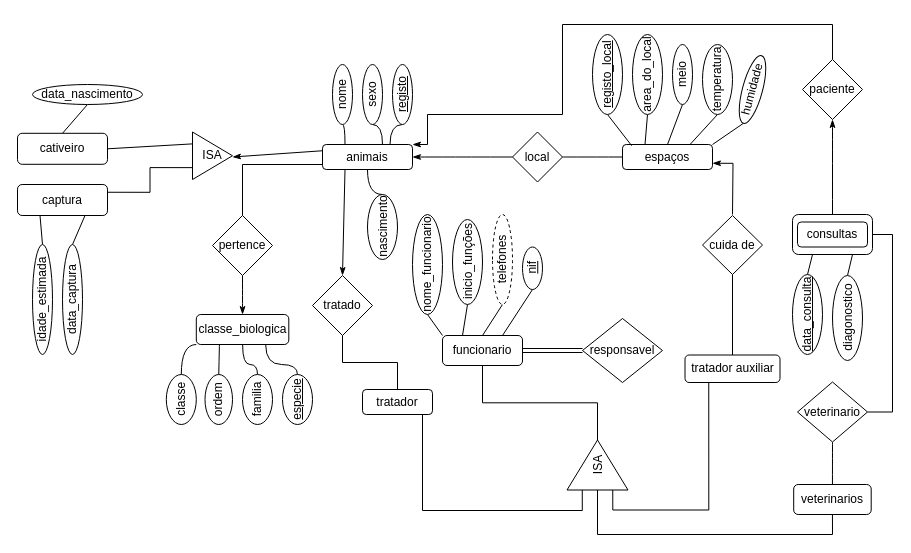
Above: DiagramaE-R.drawio in GBarradas/BD_Work_2 (draw.io), before the change. Source tidied: cells renumbered, new cells numbered last; positions are measured from the earlier drawing's top-left corner, leaving out a move shared by most shapes. Both pictures are drawn from the tidied source at 100%, with x=0, y=0 at pixel (17, 24).
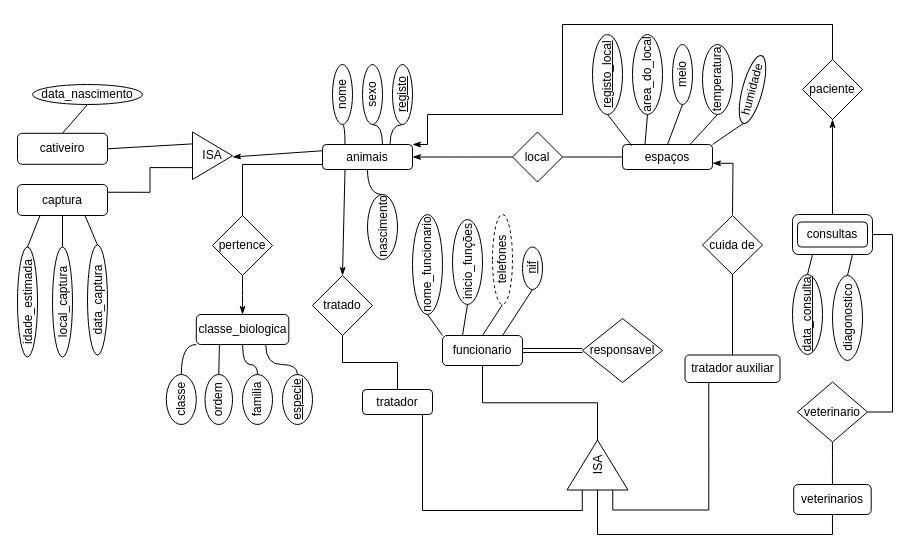
The same page after the edit.

Unchanged cells that the change refers to:
```xml
<mxCell id="18" value="captura" style="rounded=1;whiteSpace=wrap;html=1;" parent="1" vertex="1">
  <mxGeometry y="160" width="90" height="31" as="geometry" />
</mxCell>
```

Diff of the diagram source:
```diff
@@
     <mxCell id="22" value="idade_estimada" style="ellipse;whiteSpace=wrap;html=1;rounded=1;direction=south;horizontal=0;rotation=0;" parent="1" vertex="1">
-      <mxGeometry x="15" y="220" width="20" height="110" as="geometry" />
+      <mxGeometry y="222.5" width="20" height="110" as="geometry" />
     </mxCell>
@@
     <mxCell id="24" value="data_captura" style="ellipse;whiteSpace=wrap;html=1;rounded=1;direction=south;horizontal=0;rotation=0;" parent="1" vertex="1">
-      <mxGeometry x="45" y="220" width="20" height="110" as="geometry" />
+      <mxGeometry x="70" y="220.5" width="20" height="110" as="geometry" />
     </mxCell>
@@
+    <mxCell id="86" style="edgeStyle=orthogonalEdgeStyle;rounded=0;jettySize=auto;html=1;entryX=0.5;entryY=1;entryDx=0;entryDy=0;endArrow=none;endFill=0;" parent="1" edge="1" source="87" target="18">
+      <mxGeometry relative="1" as="geometry" />
+    </mxCell>
+    <mxCell id="87" value="local_captura" style="ellipse;whiteSpace=wrap;html=1;rounded=1;direction=south;horizontal=0;rotation=0;" parent="1" vertex="1">
+      <mxGeometry x="35" y="222.5" width="20" height="110" as="geometry" />
+    </mxCell>
```
